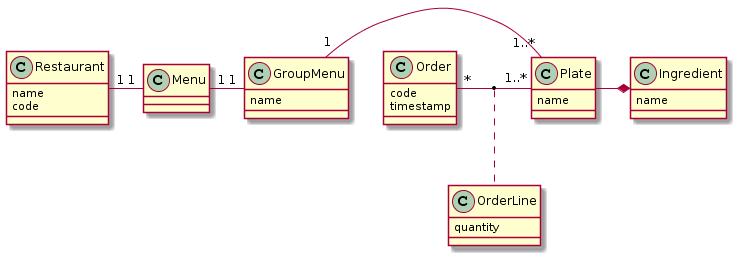
The PlantUML diagram art/order-model.png in tonilopezmr/restaurants, before a commit.
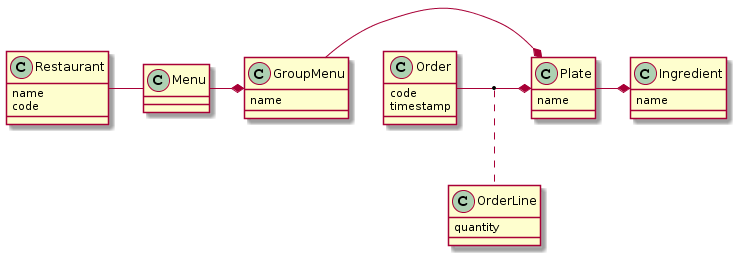
The same file after the commit.

The edit, as a diff of the source:
```diff
@@ -16,7 +16,7 @@
   quantity
 }
 
-class Restaurant {
+class Restaurant {
   name
   code
 }
@@ -31,9 +31,9 @@
 
 
 Plate  -*  Ingredient
-Restaurant "1" - "1" Menu
-Menu "1" - "1" GroupMenu
-GroupMenu "1" - "1..*" Plate
-Order "*" - "1..*" Plate
+Restaurant - Menu
+Menu -* GroupMenu
+GroupMenu -* Plate
+Order -* Plate
 (Order, Plate) .. OrderLine
 @enduml
```
